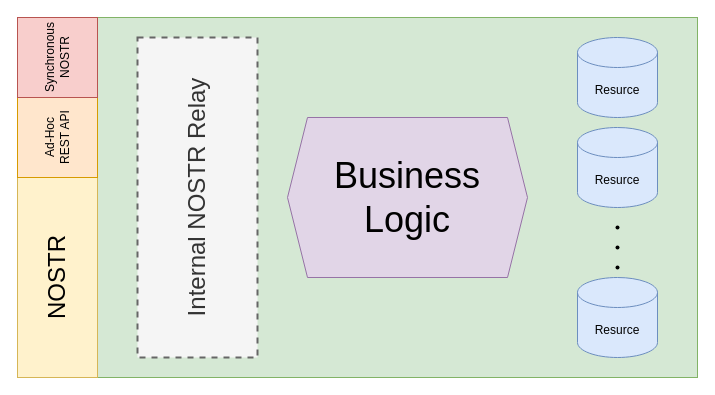
Before: assets/module-architecture.drawio in lawalletio/wallet-docs, a draw.io diagram. Source tidied: cells renumbered, new cells numbered last; positions are measured from the earlier drawing's top-left corner, leaving out a move shared by most shapes. Both pictures are drawn from the tidied source at 100%, with x=0, y=0 at pixel (17, 17).
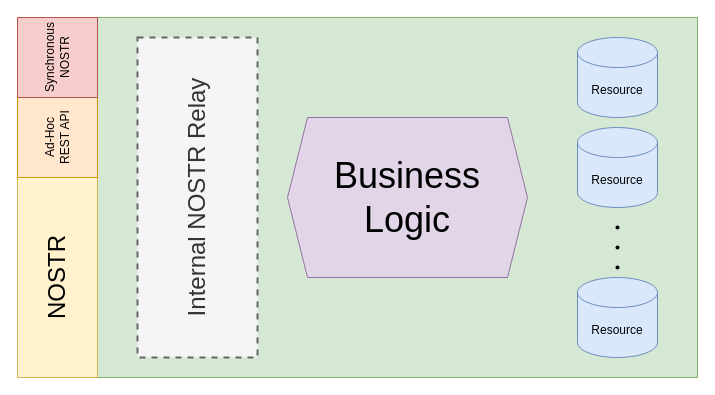
The same page after the edit.

Change to the diagram source:
```diff
@@
 <mxGraphModel>
   <root>
     <mxCell id="0" />
     <mxCell id="1" parent="0" />
     <mxCell id="2" style="rounded=0;whiteSpace=wrap;html=1;fillColor=#d5e8d4;strokeColor=#82b366;" parent="1" vertex="1">
       <mxGeometry width="680" height="360" as="geometry" />
     </mxCell>
     <mxCell id="3" value="&lt;font style=&quot;font-size: 24px;&quot;&gt;NOSTR&lt;/font&gt;" style="rounded=0;whiteSpace=wrap;html=1;horizontal=0;fillColor=#fff2cc;strokeColor=#d6b656;" parent="1" vertex="1">
       <mxGeometry y="160" width="80" height="200" as="geometry" />
     </mxCell>
     <mxCell id="4" value="Ad-Hoc&lt;br&gt;REST API" style="rounded=0;whiteSpace=wrap;html=1;horizontal=0;fillColor=#ffe6cc;strokeColor=#d79b00;" parent="1" vertex="1">
       <mxGeometry y="80" width="80" height="80" as="geometry" />
     </mxCell>
     <mxCell id="5" value="Synchronous&lt;br&gt;NOSTR" style="rounded=0;whiteSpace=wrap;html=1;horizontal=0;fillColor=#f8cecc;strokeColor=#b85450;" parent="1" vertex="1">
       <mxGeometry width="80" height="80" as="geometry" />
     </mxCell>
-    <mxCell id="6" value="Resurce" style="shape=cylinder3;whiteSpace=wrap;html=1;boundedLbl=1;backgroundOutline=1;size=15;fillColor=#dae8fc;strokeColor=#6c8ebf;" parent="1" vertex="1">
+    <mxCell id="6" value="Resource" style="shape=cylinder3;whiteSpace=wrap;html=1;boundedLbl=1;backgroundOutline=1;size=15;fillColor=#dae8fc;strokeColor=#6c8ebf;" parent="1" vertex="1">
       <mxGeometry x="560" y="20" width="80" height="80" as="geometry" />
     </mxCell>
     <mxCell id="7" value="&lt;font style=&quot;font-size: 24px;&quot;&gt;Internal NOSTR Relay&lt;/font&gt;" style="rounded=0;whiteSpace=wrap;html=1;horizontal=0;dashed=1;strokeWidth=2;fillColor=#f5f5f5;fontColor=#333333;strokeColor=#666666;" parent="1" vertex="1">
       <mxGeometry x="120" y="20" width="120" height="320" as="geometry" />
     </mxCell>
     <mxCell id="8" value="&lt;font style=&quot;font-size: 36px;&quot;&gt;Business&lt;br&gt;Logic&lt;/font&gt;" style="shape=hexagon;perimeter=hexagonPerimeter2;whiteSpace=wrap;html=1;fixedSize=1;fillColor=#e1d5e7;strokeColor=#9673a6;" parent="1" vertex="1">
       <mxGeometry x="270" y="100" width="240" height="160" as="geometry" />
     </mxCell>
-    <mxCell id="9" value="Resurce" style="shape=cylinder3;whiteSpace=wrap;html=1;boundedLbl=1;backgroundOutline=1;size=15;fillColor=#dae8fc;strokeColor=#6c8ebf;" parent="1" vertex="1">
+    <mxCell id="9" value="Resource" style="shape=cylinder3;whiteSpace=wrap;html=1;boundedLbl=1;backgroundOutline=1;size=15;fillColor=#dae8fc;strokeColor=#6c8ebf;" parent="1" vertex="1">
       <mxGeometry x="560" y="110" width="80" height="80" as="geometry" />
     </mxCell>
-    <mxCell id="10" value="Resurce" style="shape=cylinder3;whiteSpace=wrap;html=1;boundedLbl=1;backgroundOutline=1;size=15;fillColor=#dae8fc;strokeColor=#6c8ebf;" parent="1" vertex="1">
+    <mxCell id="10" value="Resource" style="shape=cylinder3;whiteSpace=wrap;html=1;boundedLbl=1;backgroundOutline=1;size=15;fillColor=#dae8fc;strokeColor=#6c8ebf;" parent="1" vertex="1">
       <mxGeometry x="560" y="260" width="80" height="80" as="geometry" />
     </mxCell>
     <mxCell id="11" style="shape=waypoint;sketch=0;fillStyle=solid;size=6;fillColor=none;perimeter=centerPerimeter;strokeWidth=0;" parent="1" vertex="1">
       <mxGeometry x="590" y="200" width="20" height="20" as="geometry" />
     </mxCell>
     <mxCell id="12" style="shape=waypoint;sketch=0;fillStyle=solid;size=6;fillColor=none;perimeter=centerPerimeter;strokeWidth=0;" parent="1" vertex="1">
       <mxGeometry x="590" y="220" width="20" height="20" as="geometry" />
     </mxCell>
     <mxCell id="13" style="shape=waypoint;sketch=0;fillStyle=solid;size=6;fillColor=none;perimeter=centerPerimeter;strokeWidth=0;" parent="1" vertex="1">
       <mxGeometry x="590" y="240" width="20" height="20" as="geometry" />
     </mxCell>
   </root>
 </mxGraphModel>
```
